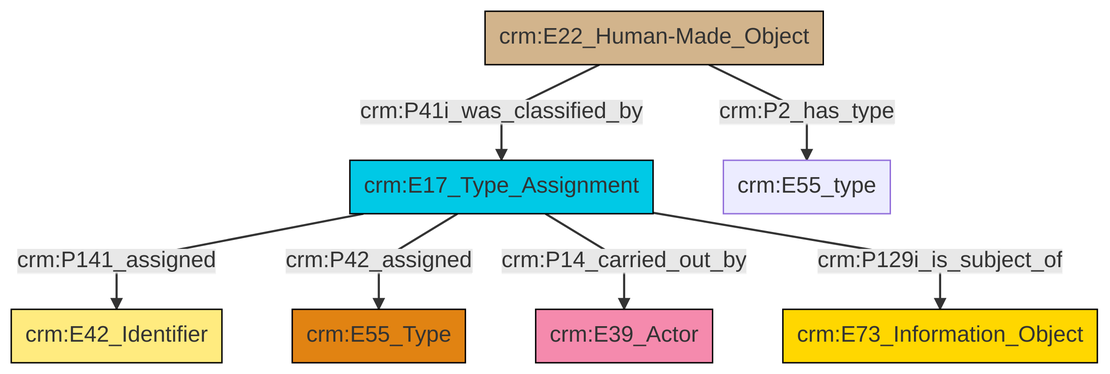
This is et/builtWorkCSV/ttl/mmd/png/Built_Work_designation_status.png from swiss-art-research-net/docs.swissartresearch, a Mermaid export, as it was before one commit. Its source is kept beside it as et/builtWorkCSV/ttl/mmd/Built_Work_designation_status.ttl.mmd. The source it was exported from:
```mermaid
graph TD
classDef Literal fill:#f2f2f2,stroke:#000000;
classDef CRM_Entity fill:#FFFFFF,stroke:#000000;
classDef Temporal_Entity fill:#00C9E6, stroke:#000000;
classDef Type fill:#E18312, stroke:#000000;
classDef Time-Span fill:#2C9C91, stroke:#000000;
classDef Appellation fill:#FFEB7F, stroke:#000000;
classDef Place fill:#008836, stroke:#000000;
classDef Persistent_Item fill:#B266B2, stroke:#000000;
classDef Conceptual_Object fill:#FFD700, stroke:#000000;
classDef Physical_Thing fill:#D2B48C, stroke:#000000;
classDef Actor fill:#f58aad, stroke:#000000;
classDef PC_Classes fill:#4ce600, stroke:#000000;
classDef Multi fill:#cccccc,stroke:#000000;

0["crm:E17_Type_Assignment"]:::Temporal_Entity -->|crm:P141_assigned| 1["crm:E42_Identifier"]:::Appellation
0["crm:E17_Type_Assignment"]:::Temporal_Entity -->|crm:P42_assigned| 4["crm:E55_Type"]:::Type
0["crm:E17_Type_Assignment"]:::Temporal_Entity -->|crm:P14_carried_out_by| 5["crm:E39_Actor"]:::Actor
0["crm:E17_Type_Assignment"]:::Temporal_Entity -->|crm:P129i_is_subject_of| 7["crm:E73_Information_Object"]:::Conceptual_Object
2["crm:E22_Human-Made_Object"]:::Physical_Thing -->|crm:P2_has_type| 8["crm:E55_type"]:::Default
2["crm:E22_Human-Made_Object"]:::Physical_Thing -->|crm:P41i_was_classified_by| 0["crm:E17_Type_Assignment"]:::Temporal_Entity
```
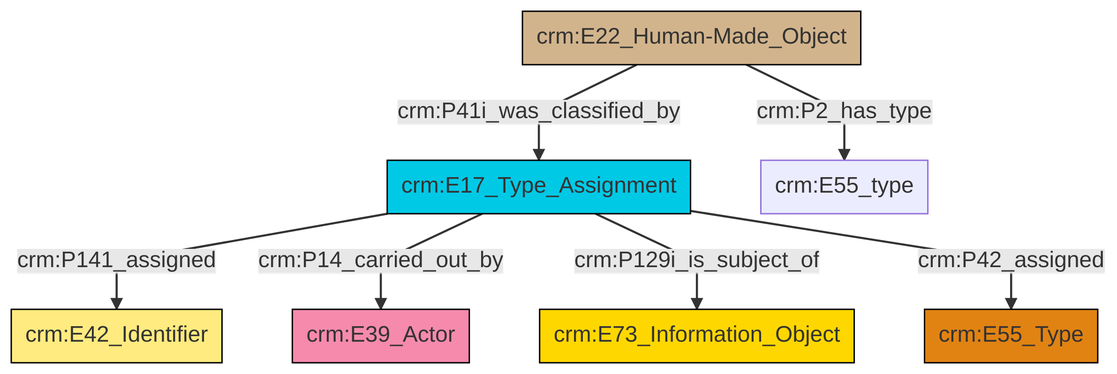
Later version of the same file.

What changed in the source:
```diff
@@ -13,9 +13,9 @@
 classDef PC_Classes fill:#4ce600, stroke:#000000;
 classDef Multi fill:#cccccc,stroke:#000000;
 
-0["crm:E17_Type_Assignment"]:::Temporal_Entity -->|crm:P141_assigned| 1["crm:E42_Identifier"]:::Appellation
-0["crm:E17_Type_Assignment"]:::Temporal_Entity -->|crm:P42_assigned| 4["crm:E55_Type"]:::Type
-0["crm:E17_Type_Assignment"]:::Temporal_Entity -->|crm:P14_carried_out_by| 5["crm:E39_Actor"]:::Actor
-0["crm:E17_Type_Assignment"]:::Temporal_Entity -->|crm:P129i_is_subject_of| 7["crm:E73_Information_Object"]:::Conceptual_Object
-2["crm:E22_Human-Made_Object"]:::Physical_Thing -->|crm:P2_has_type| 8["crm:E55_type"]:::Default
-2["crm:E22_Human-Made_Object"]:::Physical_Thing -->|crm:P41i_was_classified_by| 0["crm:E17_Type_Assignment"]:::Temporal_Entity
+0["crm:E22_Human-Made_Object"]:::Physical_Thing -->|crm:P41i_was_classified_by| 1["crm:E17_Type_Assignment"]:::Temporal_Entity
+1["crm:E17_Type_Assignment"]:::Temporal_Entity -->|crm:P141_assigned| 3["crm:E42_Identifier"]:::Appellation
+0["crm:E22_Human-Made_Object"]:::Physical_Thing -->|crm:P2_has_type| 4["crm:E55_type"]:::Default
+1["crm:E17_Type_Assignment"]:::Temporal_Entity -->|crm:P14_carried_out_by| 7["crm:E39_Actor"]:::Actor
+1["crm:E17_Type_Assignment"]:::Temporal_Entity -->|crm:P129i_is_subject_of| 8["crm:E73_Information_Object"]:::Conceptual_Object
+1["crm:E17_Type_Assignment"]:::Temporal_Entity -->|crm:P42_assigned| 10["crm:E55_Type"]:::Type
```
